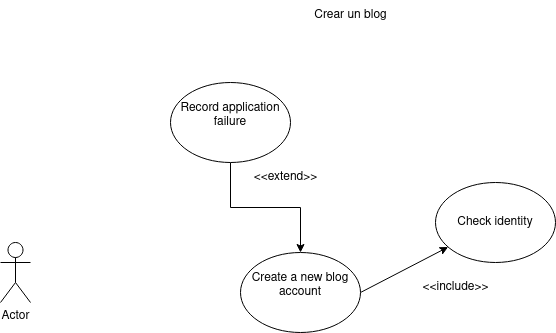
Above: DSejemplo.drawio.png in GermanOjeda/Tarea-ETS (draw.io), before the change. Source tidied: cells renumbered, new cells last; positions are measured from the earlier drawing's top-left corner, leaving out a move shared by most shapes.
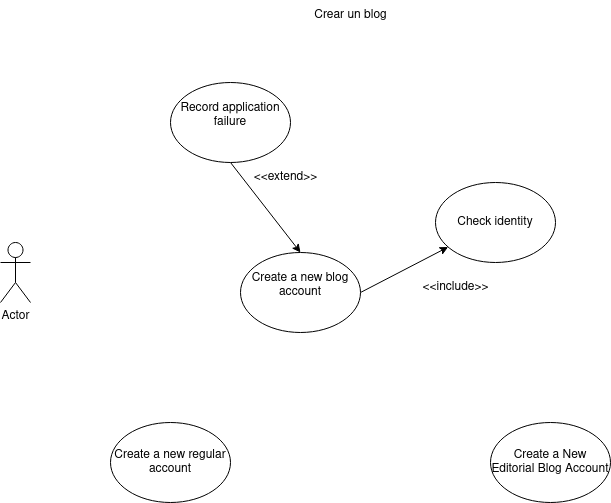
Above is the later version.

What changed in the source:
```diff
@@ -5,7 +5,7 @@
     <mxCell id="2" value="Actor" style="shape=umlActor;verticalLabelPosition=bottom;verticalAlign=top;html=1;" parent="1" vertex="1">
       <mxGeometry y="242" width="30" height="60" as="geometry" />
     </mxCell>
-    <mxCell id="3" style="edgeStyle=orthogonalEdgeStyle;rounded=0;jettySize=auto;html=1;exitX=0.5;exitY=1;exitDx=0;exitDy=0;entryX=0.5;entryY=0;entryDx=0;entryDy=0;" parent="1" edge="1" source="4" target="6">
+    <mxCell id="3" style="rounded=0;jettySize=auto;html=1;exitX=0.5;exitY=1;exitDx=0;exitDy=0;entryX=0.5;entryY=0;entryDx=0;entryDy=0;" parent="1" edge="1" source="4" target="6">
       <mxGeometry relative="1" as="geometry" />
     </mxCell>
     <mxCell id="4" value="&lt;div&gt;Record application failure&lt;/div&gt;&lt;div&gt;&lt;br&gt;&lt;/div&gt;" style="ellipse;whiteSpace=wrap;html=1;" parent="1" vertex="1">
@@ -29,5 +29,11 @@
     <mxCell id="10" value="&lt;div&gt;Crear un blog&lt;/div&gt;" style="text;html=1;align=center;verticalAlign=middle;strokeColor=none;fillColor=none;" parent="1" vertex="1">
       <mxGeometry x="300" width="100" height="30" as="geometry" />
     </mxCell>
+    <mxCell id="11" value="Create a new regular account" style="ellipse;whiteSpace=wrap;html=1;" parent="1" vertex="1">
+      <mxGeometry x="110" y="422" width="120" height="80" as="geometry" />
+    </mxCell>
+    <mxCell id="12" value="Create a New Editorial Blog Account" style="ellipse;whiteSpace=wrap;html=1;" parent="1" vertex="1">
+      <mxGeometry x="490" y="422" width="120" height="80" as="geometry" />
+    </mxCell>
   </root>
 </mxGraphModel>
```
